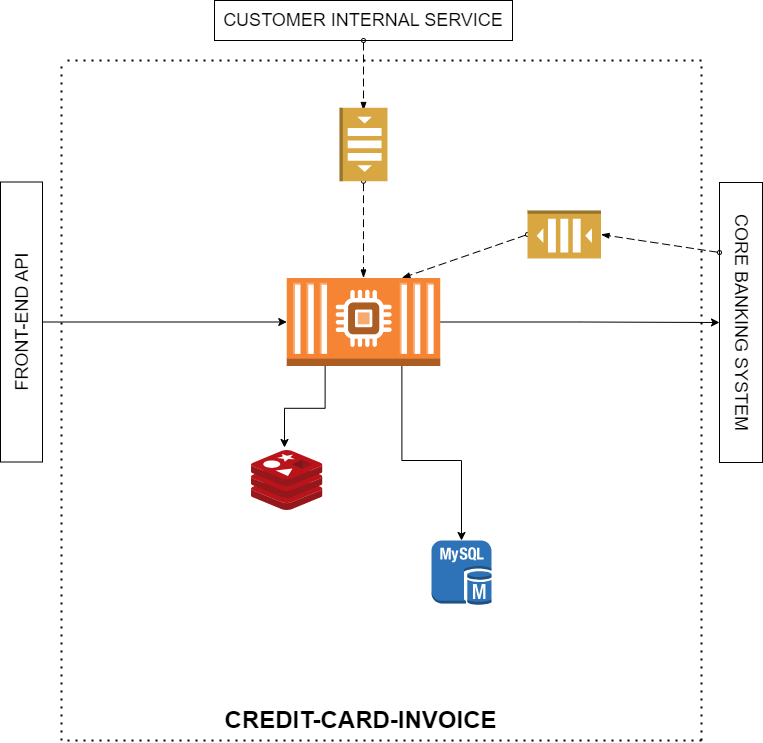
Above: resources/images/arch-diag.png in dev-monteiro/go-digital-bank (draw.io), before the change. Source tidied: cells renumbered, new cells last; positions are measured from the earlier drawing's top-left corner, leaving out a move shared by most shapes. Its diagram source:
```xml
<mxGraphModel>
  <root>
    <mxCell id="0" />
    <mxCell id="1" parent="0" />
    <mxCell id="2" style="endArrow=none;dashed=1;html=1;dashPattern=1 3;strokeWidth=2;rounded=0;" parent="1" edge="1">
      <mxGeometry relative="1" as="geometry">
        <mxPoint x="820" y="60" as="sourcePoint" />
        <mxPoint x="180" y="60" as="targetPoint" />
      </mxGeometry>
    </mxCell>
    <mxCell id="3" style="endArrow=none;dashed=1;html=1;dashPattern=1 3;strokeWidth=2;rounded=0;" parent="1" edge="1">
      <mxGeometry relative="1" as="geometry">
        <mxPoint x="820" y="740" as="sourcePoint" />
        <mxPoint x="820" y="60" as="targetPoint" />
      </mxGeometry>
    </mxCell>
    <mxCell id="4" value="&lt;font style=&quot;font-size: 18px;&quot;&gt;CORE BANKING SYSTEM&lt;/font&gt;" style="rounded=0;whiteSpace=wrap;html=1;rotation=90;" parent="1" vertex="1">
      <mxGeometry x="719.5" y="300.5" width="280" height="43" as="geometry" />
    </mxCell>
    <mxCell id="5" style="dashed=1;dashPattern=8 4;endArrow=blockThin;endFill=1;startArrow=oval;startFill=0;endSize=6;startSize=4;html=1;rounded=0;entryX=0;entryY=0.5;entryDx=0;entryDy=0;entryPerimeter=0;exitX=0.25;exitY=1;exitDx=0;exitDy=0;" parent="1" edge="1" source="4" target="22">
      <mxGeometry relative="1" as="geometry" />
    </mxCell>
    <mxCell id="6" style="dashed=1;dashPattern=8 4;endArrow=blockThin;endFill=1;startArrow=oval;startFill=0;endSize=6;startSize=4;html=1;rounded=0;exitX=1;exitY=0.5;exitDx=0;exitDy=0;exitPerimeter=0;entryX=0.75;entryY=0;entryDx=0;entryDy=0;entryPerimeter=0;" parent="1" edge="1" source="22" target="18">
      <mxGeometry relative="1" as="geometry" />
    </mxCell>
    <mxCell id="7" style="endArrow=none;dashed=1;html=1;dashPattern=1 3;strokeWidth=2;rounded=0;" parent="1" edge="1">
      <mxGeometry relative="1" as="geometry">
        <mxPoint x="180" y="740" as="sourcePoint" />
        <mxPoint x="180" y="60" as="targetPoint" />
      </mxGeometry>
    </mxCell>
    <mxCell id="8" style="endArrow=none;dashed=1;html=1;dashPattern=1 3;strokeWidth=2;rounded=0;" parent="1" edge="1">
      <mxGeometry relative="1" as="geometry">
        <mxPoint x="820" y="740" as="sourcePoint" />
        <mxPoint x="180" y="740" as="targetPoint" />
      </mxGeometry>
    </mxCell>
    <mxCell id="9" style="edgeStyle=orthogonalEdgeStyle;rounded=0;jettySize=auto;html=1;exitX=0.5;exitY=1;exitDx=0;exitDy=0;" parent="1" edge="1" source="10" target="18">
      <mxGeometry relative="1" as="geometry" />
    </mxCell>
    <mxCell id="10" value="&lt;font style=&quot;font-size: 18px;&quot;&gt;FRONT-END API&lt;/font&gt;" style="rounded=0;whiteSpace=wrap;html=1;rotation=-90;" parent="1" vertex="1">
      <mxGeometry y="300.5" width="280" height="42" as="geometry" />
    </mxCell>
    <mxCell id="11" style="dashed=1;dashPattern=8 4;endArrow=blockThin;endFill=1;startArrow=oval;startFill=0;endSize=6;startSize=4;html=1;rounded=0;exitX=1;exitY=0.5;exitDx=0;exitDy=0;exitPerimeter=0;entryX=0.5;entryY=0;entryDx=0;entryDy=0;entryPerimeter=0;" parent="1" edge="1" source="21" target="18">
      <mxGeometry relative="1" as="geometry" />
    </mxCell>
    <mxCell id="12" style="edgeStyle=orthogonalEdgeStyle;rounded=0;jettySize=auto;html=1;exitX=1;exitY=0.5;exitDx=0;exitDy=0;exitPerimeter=0;entryX=0.5;entryY=1;entryDx=0;entryDy=0;" parent="1" edge="1" source="18" target="4">
      <mxGeometry relative="1" as="geometry" />
    </mxCell>
    <mxCell id="13" value="&lt;b&gt;&lt;font style=&quot;font-size: 24px;&quot;&gt;CREDIT-CARD-INVOICE&lt;/font&gt;&lt;/b&gt;" style="text;html=1;align=center;verticalAlign=middle;strokeColor=none;fillColor=none;" parent="1" vertex="1">
      <mxGeometry x="328.5" y="700" width="300" height="40" as="geometry" />
    </mxCell>
    <mxCell id="14" value="&lt;font style=&quot;font-size: 18px;&quot;&gt;CUSTOMER INTERNAL SERVICE&lt;/font&gt;" style="rounded=0;whiteSpace=wrap;html=1;rotation=0;" parent="1" vertex="1">
      <mxGeometry x="333" width="298" height="40" as="geometry" />
    </mxCell>
    <mxCell id="15" style="dashed=1;dashPattern=8 4;endArrow=blockThin;endFill=1;startArrow=oval;startFill=0;endSize=6;startSize=4;html=1;rounded=0;exitX=0.5;exitY=1;exitDx=0;exitDy=0;entryX=0.5;entryY=0;entryDx=0;entryDy=0;entryPerimeter=0;" parent="1" edge="1" source="14">
      <mxGeometry relative="1" as="geometry">
        <mxPoint x="482" y="110" as="targetPoint" />
      </mxGeometry>
    </mxCell>
    <mxCell id="16" style="edgeStyle=orthogonalEdgeStyle;rounded=0;jettySize=auto;html=1;exitX=0.75;exitY=1;exitDx=0;exitDy=0;exitPerimeter=0;" parent="1" edge="1" source="18">
      <mxGeometry relative="1" as="geometry">
        <mxPoint x="580" y="540" as="targetPoint" />
        <Array as="points">
          <mxPoint x="520" y="460" />
          <mxPoint x="580" y="460" />
        </Array>
      </mxGeometry>
    </mxCell>
    <mxCell id="17" style="edgeStyle=orthogonalEdgeStyle;rounded=0;jettySize=auto;html=1;exitX=0.25;exitY=1;exitDx=0;exitDy=0;exitPerimeter=0;entryX=0.462;entryY=-0.05;entryDx=0;entryDy=0;entryPerimeter=0;" parent="1" edge="1" source="18" target="19">
      <mxGeometry relative="1" as="geometry" />
    </mxCell>
    <mxCell id="18" style="outlineConnect=0;dashed=0;verticalLabelPosition=bottom;verticalAlign=top;align=center;html=1;shape=mxgraph.aws3.ec2_compute_container_2;fillColor=#F58534;gradientColor=none;" parent="1" vertex="1">
      <mxGeometry x="405.2" y="277.5" width="153.5" height="88" as="geometry" />
    </mxCell>
    <mxCell id="19" style="image;sketch=0;html=1;points=[];align=center;fontSize=12;image=img/lib/mscae/Cache_Redis_Product.svg;" parent="1" vertex="1">
      <mxGeometry x="370" y="450" width="71.4" height="60" as="geometry" />
    </mxCell>
    <mxCell id="20" style="dashed=0;verticalLabelPosition=bottom;verticalAlign=top;align=center;html=1;shape=mxgraph.aws3.mysql_db_instance;fillColor=#2E73B8;gradientColor=none;" parent="1" vertex="1">
      <mxGeometry x="550" y="540" width="60" height="64.5" as="geometry" />
    </mxCell>
    <mxCell id="21" style="outlineConnect=0;dashed=0;verticalLabelPosition=bottom;verticalAlign=top;align=center;html=1;shape=mxgraph.aws3.queue;fillColor=#D9A741;gradientColor=none;rotation=90;" parent="1" vertex="1">
      <mxGeometry x="445.2" y="120" width="73.5" height="48" as="geometry" />
    </mxCell>
    <mxCell id="22" style="outlineConnect=0;dashed=0;verticalLabelPosition=bottom;verticalAlign=top;align=center;html=1;shape=mxgraph.aws3.queue;fillColor=#D9A741;gradientColor=none;rotation=-180;" parent="1" vertex="1">
      <mxGeometry x="646" y="210" width="73.5" height="48" as="geometry" />
    </mxCell>
  </root>
</mxGraphModel>
```
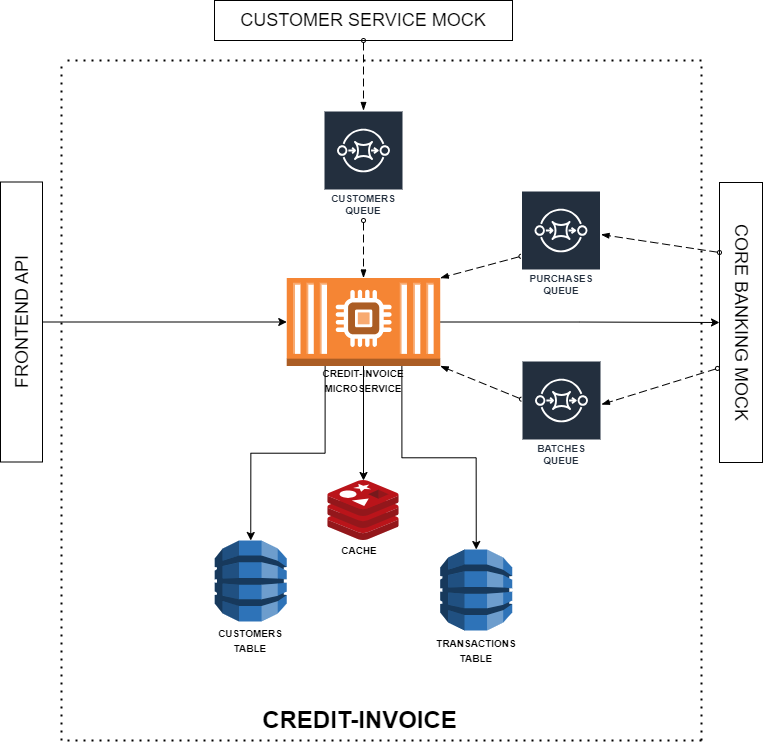
Above is the later version.

What changed in the source:
```diff
@@ -14,13 +14,15 @@
         <mxPoint x="820" y="60" as="targetPoint" />
       </mxGeometry>
     </mxCell>
-    <mxCell id="4" value="&lt;font style=&quot;font-size: 18px;&quot;&gt;CORE BANKING SYSTEM&lt;/font&gt;" style="rounded=0;whiteSpace=wrap;html=1;rotation=90;" parent="1" vertex="1">
+    <mxCell id="4" value="&lt;font style=&quot;font-size: 18px;&quot;&gt;CORE BANKING MOCK&lt;/font&gt;" style="rounded=0;whiteSpace=wrap;html=1;rotation=90;" parent="1" vertex="1">
       <mxGeometry x="719.5" y="300.5" width="280" height="43" as="geometry" />
     </mxCell>
-    <mxCell id="5" style="dashed=1;dashPattern=8 4;endArrow=blockThin;endFill=1;startArrow=oval;startFill=0;endSize=6;startSize=4;html=1;rounded=0;entryX=0;entryY=0.5;entryDx=0;entryDy=0;entryPerimeter=0;exitX=0.25;exitY=1;exitDx=0;exitDy=0;" parent="1" edge="1" source="4" target="22">
-      <mxGeometry relative="1" as="geometry" />
+    <mxCell id="5" style="dashed=1;dashPattern=8 4;endArrow=blockThin;endFill=1;startArrow=oval;startFill=0;endSize=6;startSize=4;html=1;rounded=0;entryX=0;entryY=0.5;entryDx=0;entryDy=0;entryPerimeter=0;exitX=0.25;exitY=1;exitDx=0;exitDy=0;" parent="1" edge="1" source="4">
+      <mxGeometry relative="1" as="geometry">
+        <mxPoint x="719.5" y="234" as="targetPoint" />
+      </mxGeometry>
     </mxCell>
-    <mxCell id="6" style="dashed=1;dashPattern=8 4;endArrow=blockThin;endFill=1;startArrow=oval;startFill=0;endSize=6;startSize=4;html=1;rounded=0;exitX=1;exitY=0.5;exitDx=0;exitDy=0;exitPerimeter=0;entryX=0.75;entryY=0;entryDx=0;entryDy=0;entryPerimeter=0;" parent="1" edge="1" source="22" target="18">
+    <mxCell id="6" style="dashed=1;dashPattern=8 4;endArrow=blockThin;endFill=1;startArrow=oval;startFill=0;endSize=6;startSize=4;html=1;rounded=0;entryX=1;entryY=0;entryDx=0;entryDy=0;entryPerimeter=0;" parent="1" edge="1" source="25" target="18">
       <mxGeometry relative="1" as="geometry" />
     </mxCell>
     <mxCell id="7" style="endArrow=none;dashed=1;html=1;dashPattern=1 3;strokeWidth=2;rounded=0;" parent="1" edge="1">
@@ -38,19 +40,16 @@
     <mxCell id="9" style="edgeStyle=orthogonalEdgeStyle;rounded=0;jettySize=auto;html=1;exitX=0.5;exitY=1;exitDx=0;exitDy=0;" parent="1" edge="1" source="10" target="18">
       <mxGeometry relative="1" as="geometry" />
     </mxCell>
-    <mxCell id="10" value="&lt;font style=&quot;font-size: 18px;&quot;&gt;FRONT-END API&lt;/font&gt;" style="rounded=0;whiteSpace=wrap;html=1;rotation=-90;" parent="1" vertex="1">
+    <mxCell id="10" value="&lt;font style=&quot;font-size: 18px;&quot;&gt;FRONTEND API&lt;/font&gt;" style="rounded=0;whiteSpace=wrap;html=1;rotation=-90;" parent="1" vertex="1">
       <mxGeometry y="300.5" width="280" height="42" as="geometry" />
     </mxCell>
-    <mxCell id="11" style="dashed=1;dashPattern=8 4;endArrow=blockThin;endFill=1;startArrow=oval;startFill=0;endSize=6;startSize=4;html=1;rounded=0;exitX=1;exitY=0.5;exitDx=0;exitDy=0;exitPerimeter=0;entryX=0.5;entryY=0;entryDx=0;entryDy=0;entryPerimeter=0;" parent="1" edge="1" source="21" target="18">
-      <mxGeometry relative="1" as="geometry" />
-    </mxCell>
     <mxCell id="12" style="edgeStyle=orthogonalEdgeStyle;rounded=0;jettySize=auto;html=1;exitX=1;exitY=0.5;exitDx=0;exitDy=0;exitPerimeter=0;entryX=0.5;entryY=1;entryDx=0;entryDy=0;" parent="1" edge="1" source="18" target="4">
       <mxGeometry relative="1" as="geometry" />
     </mxCell>
-    <mxCell id="13" value="&lt;b&gt;&lt;font style=&quot;font-size: 24px;&quot;&gt;CREDIT-CARD-INVOICE&lt;/font&gt;&lt;/b&gt;" style="text;html=1;align=center;verticalAlign=middle;strokeColor=none;fillColor=none;" parent="1" vertex="1">
-      <mxGeometry x="328.5" y="700" width="300" height="40" as="geometry" />
+    <mxCell id="13" value="&lt;b&gt;&lt;font style=&quot;font-size: 24px;&quot;&gt;CREDIT-INVOICE&lt;/font&gt;&lt;/b&gt;" style="text;html=1;align=center;verticalAlign=middle;strokeColor=none;fillColor=none;" parent="1" vertex="1">
+      <mxGeometry x="368.5" y="700" width="220" height="40" as="geometry" />
     </mxCell>
-    <mxCell id="14" value="&lt;font style=&quot;font-size: 18px;&quot;&gt;CUSTOMER INTERNAL SERVICE&lt;/font&gt;" style="rounded=0;whiteSpace=wrap;html=1;rotation=0;" parent="1" vertex="1">
+    <mxCell id="14" value="&lt;font style=&quot;font-size: 18px;&quot;&gt;CUSTOMER SERVICE MOCK&lt;/font&gt;" style="rounded=0;whiteSpace=wrap;html=1;rotation=0;" parent="1" vertex="1">
       <mxGeometry x="333" width="298" height="40" as="geometry" />
     </mxCell>
     <mxCell id="15" style="dashed=1;dashPattern=8 4;endArrow=blockThin;endFill=1;startArrow=oval;startFill=0;endSize=6;startSize=4;html=1;rounded=0;exitX=0.5;exitY=1;exitDx=0;exitDy=0;entryX=0.5;entryY=0;entryDx=0;entryDy=0;entryPerimeter=0;" parent="1" edge="1" source="14">
@@ -58,32 +57,58 @@
         <mxPoint x="482" y="110" as="targetPoint" />
       </mxGeometry>
     </mxCell>
-    <mxCell id="16" style="edgeStyle=orthogonalEdgeStyle;rounded=0;jettySize=auto;html=1;exitX=0.75;exitY=1;exitDx=0;exitDy=0;exitPerimeter=0;" parent="1" edge="1" source="18">
-      <mxGeometry relative="1" as="geometry">
-        <mxPoint x="580" y="540" as="targetPoint" />
-        <Array as="points">
-          <mxPoint x="520" y="460" />
-          <mxPoint x="580" y="460" />
-        </Array>
-      </mxGeometry>
-    </mxCell>
-    <mxCell id="17" style="edgeStyle=orthogonalEdgeStyle;rounded=0;jettySize=auto;html=1;exitX=0.25;exitY=1;exitDx=0;exitDy=0;exitPerimeter=0;entryX=0.462;entryY=-0.05;entryDx=0;entryDy=0;entryPerimeter=0;" parent="1" edge="1" source="18" target="19">
+    <mxCell id="17" style="edgeStyle=orthogonalEdgeStyle;rounded=0;jettySize=auto;html=1;exitX=0.5;exitY=1;exitDx=0;exitDy=0;exitPerimeter=0;" parent="1" edge="1" source="18" target="19">
       <mxGeometry relative="1" as="geometry" />
     </mxCell>
     <mxCell id="18" style="outlineConnect=0;dashed=0;verticalLabelPosition=bottom;verticalAlign=top;align=center;html=1;shape=mxgraph.aws3.ec2_compute_container_2;fillColor=#F58534;gradientColor=none;" parent="1" vertex="1">
       <mxGeometry x="405.2" y="277.5" width="153.5" height="88" as="geometry" />
     </mxCell>
     <mxCell id="19" style="image;sketch=0;html=1;points=[];align=center;fontSize=12;image=img/lib/mscae/Cache_Redis_Product.svg;" parent="1" vertex="1">
-      <mxGeometry x="370" y="450" width="71.4" height="60" as="geometry" />
+      <mxGeometry x="446.3" y="480" width="71.4" height="60" as="geometry" />
     </mxCell>
-    <mxCell id="20" style="dashed=0;verticalLabelPosition=bottom;verticalAlign=top;align=center;html=1;shape=mxgraph.aws3.mysql_db_instance;fillColor=#2E73B8;gradientColor=none;" parent="1" vertex="1">
-      <mxGeometry x="550" y="540" width="60" height="64.5" as="geometry" />
-    </mxCell>
-    <mxCell id="21" style="outlineConnect=0;dashed=0;verticalLabelPosition=bottom;verticalAlign=top;align=center;html=1;shape=mxgraph.aws3.queue;fillColor=#D9A741;gradientColor=none;rotation=90;" parent="1" vertex="1">
-      <mxGeometry x="445.2" y="120" width="73.5" height="48" as="geometry" />
-    </mxCell>
-    <mxCell id="22" style="outlineConnect=0;dashed=0;verticalLabelPosition=bottom;verticalAlign=top;align=center;html=1;shape=mxgraph.aws3.queue;fillColor=#D9A741;gradientColor=none;rotation=-180;" parent="1" vertex="1">
-      <mxGeometry x="646" y="210" width="73.5" height="48" as="geometry" />
-    </mxCell>
+    <mxCell id="23" style="outlineConnect=0;dashed=0;verticalLabelPosition=bottom;verticalAlign=top;align=center;html=1;shape=mxgraph.aws3.dynamo_db;fillColor=#2E73B8;gradientColor=none;" parent="1" vertex="1">
+      <mxGeometry x="558.8" y="549" width="72" height="81" as="geometry" />
+    </mxCell>
+    <mxCell id="24" value="CUSTOMERS QUEUE" style="sketch=0;outlineConnect=0;fontColor=#232F3E;gradientColor=none;strokeColor=#ffffff;fillColor=#232F3E;dashed=0;verticalLabelPosition=middle;verticalAlign=bottom;align=center;html=1;whiteSpace=wrap;fontSize=10;fontStyle=1;spacing=3;shape=mxgraph.aws4.productIcon;prIcon=mxgraph.aws4.sqs;" parent="1" vertex="1">
+      <mxGeometry x="442" y="110" width="80" height="110" as="geometry" />
+    </mxCell>
+    <mxCell id="11" style="dashed=1;dashPattern=8 4;endArrow=blockThin;endFill=1;startArrow=oval;startFill=0;endSize=6;startSize=4;html=1;rounded=0;entryX=0.5;entryY=0;entryDx=0;entryDy=0;entryPerimeter=0;" parent="1" edge="1" source="24" target="18">
+      <mxGeometry relative="1" as="geometry" />
+    </mxCell>
+    <mxCell id="25" value="PURCHASES&lt;br&gt;QUEUE" style="sketch=0;outlineConnect=0;fontColor=#232F3E;gradientColor=none;strokeColor=#ffffff;fillColor=#232F3E;dashed=0;verticalLabelPosition=middle;verticalAlign=bottom;align=center;html=1;whiteSpace=wrap;fontSize=10;fontStyle=1;spacing=3;shape=mxgraph.aws4.productIcon;prIcon=mxgraph.aws4.sqs;" parent="1" vertex="1">
+      <mxGeometry x="639.5" y="190" width="80" height="110" as="geometry" />
+    </mxCell>
+    <mxCell id="26" value="&lt;span style=&quot;font-size: 10px;&quot;&gt;&lt;b&gt;CACHE&lt;/b&gt;&lt;/span&gt;" style="text;html=1;strokeColor=none;fillColor=none;align=center;verticalAlign=middle;whiteSpace=wrap;rounded=0;" parent="1" vertex="1">
+      <mxGeometry x="448.5" y="540" width="60" height="20" as="geometry" />
+    </mxCell>
+    <mxCell id="27" value="&lt;span style=&quot;font-size: 10px;&quot;&gt;&lt;b&gt;TRANSACTIONS&lt;br&gt;TABLE&lt;br&gt;&lt;/b&gt;&lt;/span&gt;" style="text;html=1;strokeColor=none;fillColor=none;align=center;verticalAlign=middle;whiteSpace=wrap;rounded=0;" parent="1" vertex="1">
+      <mxGeometry x="564.8" y="640" width="60" height="19" as="geometry" />
+    </mxCell>
+    <mxCell id="28" style="dashed=1;dashPattern=8 4;endArrow=blockThin;endFill=1;startArrow=oval;startFill=0;endSize=6;startSize=4;html=1;rounded=0;entryX=0;entryY=0.5;entryDx=0;entryDy=0;entryPerimeter=0;exitX=0.664;exitY=1.047;exitDx=0;exitDy=0;exitPerimeter=0;" parent="1" edge="1" source="4">
+      <mxGeometry relative="1" as="geometry">
+        <mxPoint x="720" y="404" as="targetPoint" />
+      </mxGeometry>
+    </mxCell>
+    <mxCell id="29" style="dashed=1;dashPattern=8 4;endArrow=blockThin;endFill=1;startArrow=oval;startFill=0;endSize=6;startSize=4;html=1;rounded=0;entryX=1;entryY=1;entryDx=0;entryDy=0;entryPerimeter=0;" parent="1" edge="1" source="30" target="18">
+      <mxGeometry relative="1" as="geometry" />
+    </mxCell>
+    <mxCell id="30" value="BATCHES&lt;br&gt;QUEUE" style="sketch=0;outlineConnect=0;fontColor=#232F3E;gradientColor=none;strokeColor=#ffffff;fillColor=#232F3E;dashed=0;verticalLabelPosition=middle;verticalAlign=bottom;align=center;html=1;whiteSpace=wrap;fontSize=10;fontStyle=1;spacing=3;shape=mxgraph.aws4.productIcon;prIcon=mxgraph.aws4.sqs;" parent="1" vertex="1">
+      <mxGeometry x="640" y="360" width="80" height="110" as="geometry" />
+    </mxCell>
+    <mxCell id="31" style="outlineConnect=0;dashed=0;verticalLabelPosition=bottom;verticalAlign=top;align=center;html=1;shape=mxgraph.aws3.dynamo_db;fillColor=#2E73B8;gradientColor=none;" parent="1" vertex="1">
+      <mxGeometry x="333.2" y="540" width="72" height="81" as="geometry" />
+    </mxCell>
+    <mxCell id="32" value="&lt;span style=&quot;font-size: 10px;&quot;&gt;&lt;b&gt;CUSTOMERS&lt;br&gt;TABLE&lt;br&gt;&lt;/b&gt;&lt;/span&gt;" style="text;html=1;strokeColor=none;fillColor=none;align=center;verticalAlign=middle;whiteSpace=wrap;rounded=0;" parent="1" vertex="1">
+      <mxGeometry x="339.2" y="630" width="60" height="19" as="geometry" />
+    </mxCell>
+    <mxCell id="33" style="edgeStyle=orthogonalEdgeStyle;rounded=0;jettySize=auto;html=1;exitX=0.75;exitY=1;exitDx=0;exitDy=0;exitPerimeter=0;entryX=0.5;entryY=0;entryDx=0;entryDy=0;entryPerimeter=0;" parent="1" edge="1" source="18" target="23">
+      <mxGeometry relative="1" as="geometry" />
+    </mxCell>
+    <mxCell id="34" style="edgeStyle=orthogonalEdgeStyle;rounded=0;jettySize=auto;html=1;exitX=0.25;exitY=1;exitDx=0;exitDy=0;exitPerimeter=0;entryX=0.5;entryY=0;entryDx=0;entryDy=0;entryPerimeter=0;" parent="1" edge="1" source="18" target="31">
+      <mxGeometry relative="1" as="geometry" />
+    </mxCell>
+    <mxCell id="35" value="&lt;span style=&quot;font-size: 10px;&quot;&gt;&lt;b&gt;CREDIT-INVOICE&lt;br&gt;MICROSERVICE&lt;br&gt;&lt;/b&gt;&lt;/span&gt;" style="text;html=1;strokeColor=none;fillColor=none;align=center;verticalAlign=middle;whiteSpace=wrap;rounded=0;" parent="1" vertex="1">
+      <mxGeometry x="425.9" y="370" width="112.3" height="19" as="geometry" />
+    </mxCell>
   </root>
 </mxGraphModel>
```
